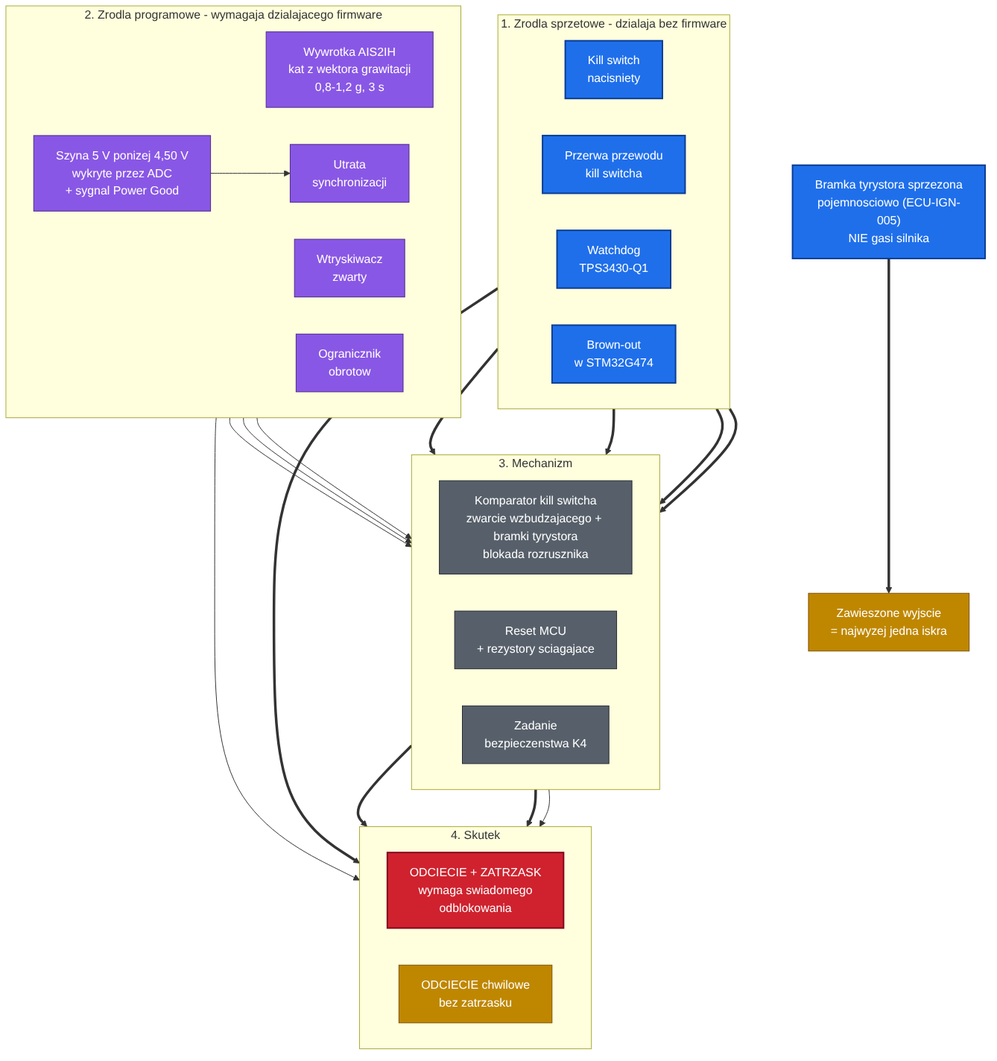
Above: diagrams/diagram-bezpieczenstwa.png in DustWorx/DustONE-project-docs (Mermaid), before the change. Its source is kept beside it as diagrams/diagram-bezpieczenstwa.mermaid.
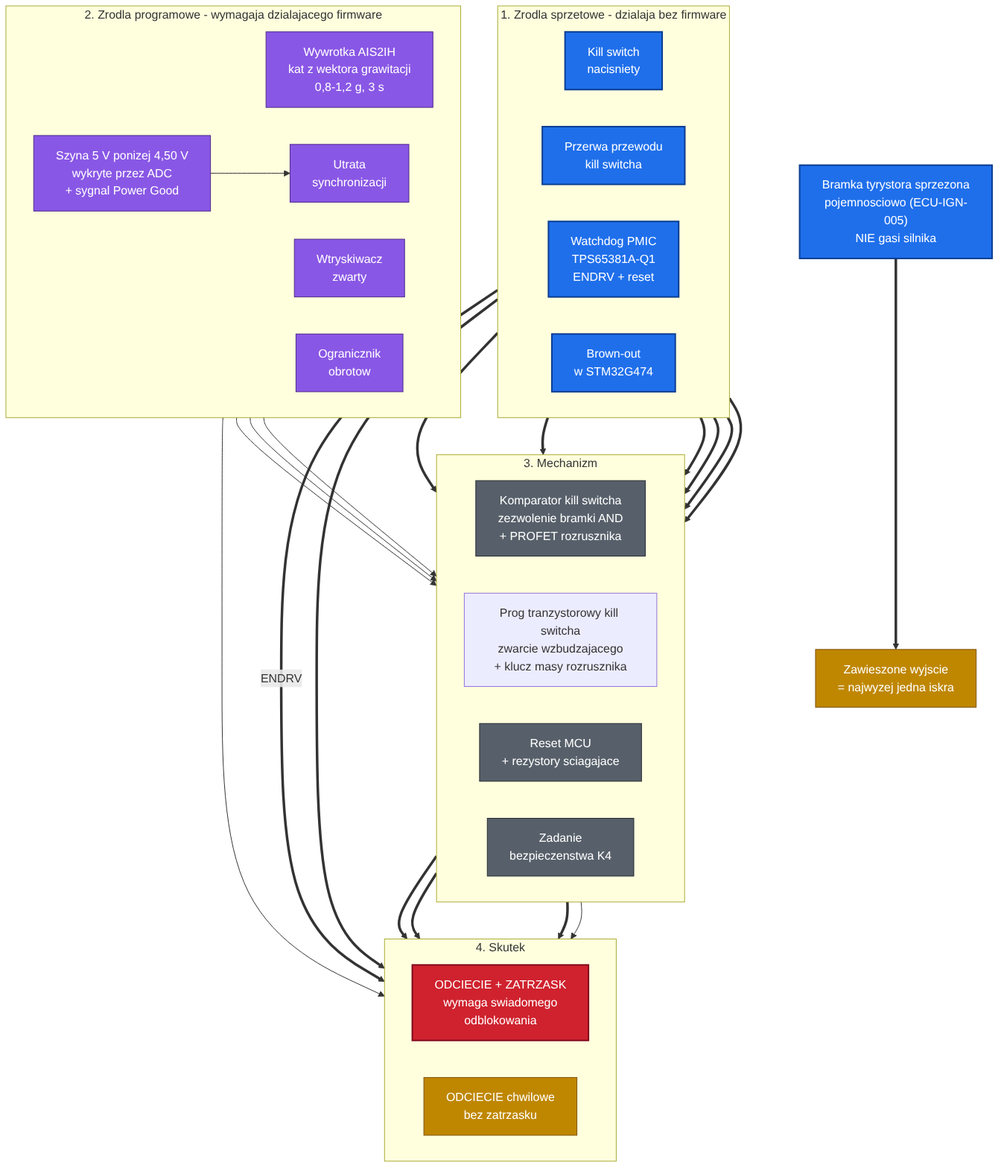
Later version of the same file.

The edit, as a diff of the source:
```diff
@@ -5,7 +5,7 @@
         direction LR
         KS_PRESS["Kill switch<br/>nacisniety"]
         KS_BREAK["Przerwa przewodu<br/>kill switcha"]
-        WDG["Watchdog<br/>TPS3430-Q1"]
+        WDG["Watchdog PMIC<br/>TPS65381A-Q1<br/>ENDRV + reset"]
         BOR["Brown-out<br/>w STM32G474"]
     end
 
@@ -20,7 +20,8 @@
 
     subgraph MECH["3. Mechanizm"]
         direction LR
-        CMP["Komparator kill switcha<br/>zwarcie wzbudzajacego + bramki tyrystora<br/>blokada rozrusznika"]
+        CMP["Komparator kill switcha<br/>zezwolenie bramki AND<br/>+ PROFET rozrusznika"]
+        THR["Prog tranzystorowy kill switcha<br/>zwarcie wzbudzajacego<br/>+ klucz masy rozrusznika"]
         RST["Reset MCU<br/>+ rezystory sciagajace"]
         FWT["Zadanie<br/>bezpieczenstwa K4"]
     end
@@ -33,7 +34,10 @@
 
     KS_PRESS ==> CMP
     KS_BREAK ==> CMP
+    KS_PRESS ==> THR
+    KS_BREAK ==> THR
     WDG ==> RST
+    WDG ==>|"ENDRV"| CUT_T
     BOR ==> RST
 
     RAIL --> SYNC
@@ -42,6 +46,7 @@
     INJ_S --> FWT
 
     CMP ==> CUT_T
+    THR ==> CUT_T
     KS_BREAK ==> CUT_L
     RST ==> CUT_L
     FWT --> CUT_L
```
